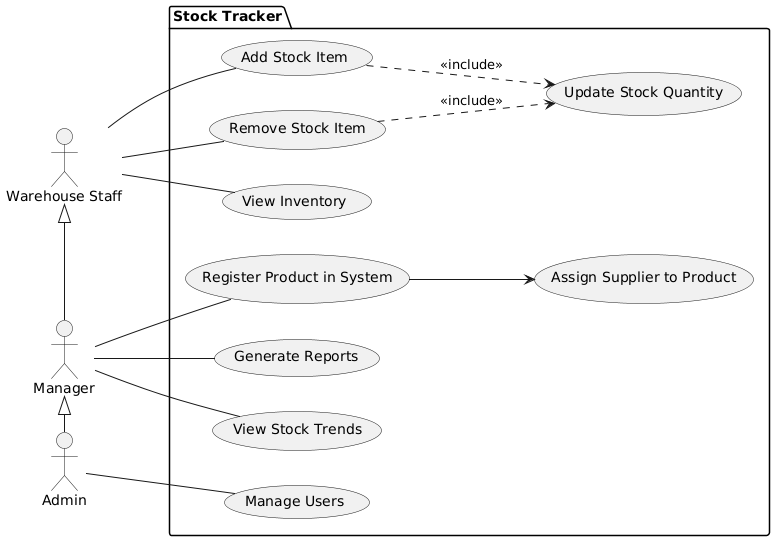
This is docs/use-case-diagram.png from Zato-One/stock-tracker, a PlantUML export, as it was before one commit.
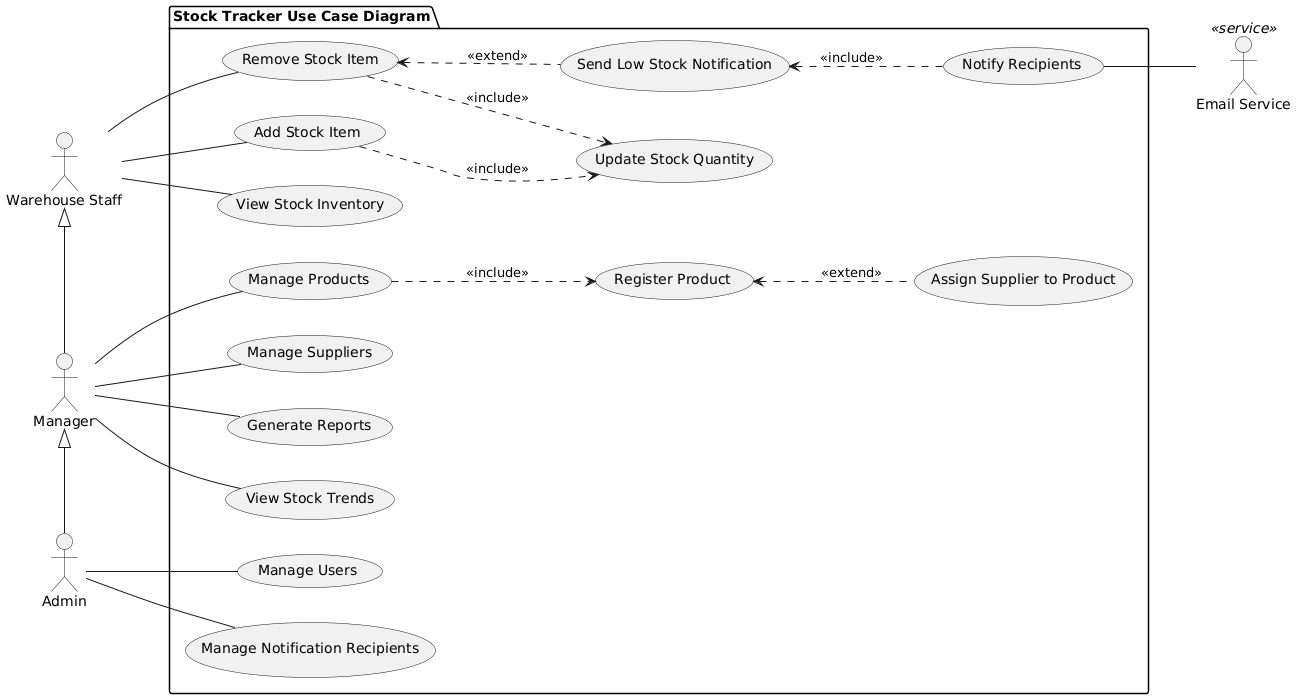
After the commit.

Commit message:
Update use case diagram

What changed in the source:
```diff
@@ -3,29 +3,41 @@
 actor "Admin" as a_a
 actor "Manager" as a_m
 actor "Warehouse Staff" as a_ws
+actor "Email Service" as a_es <<service>>
 
-package "Stock Tracker" {
-  usecase "Manage Users" as uc_mu
-  usecase "Register Product in System" as uc_rp
-  usecase "Update Stock Quantity" as uc_usq
-  usecase "Assign Supplier to Product" as uc_s
+package "Stock Tracker Use Case Diagram" {
   usecase "Add Stock Item" as uc_asi
   usecase "Remove Stock Item" as uc_rsi
-  usecase "View Inventory" as uc_vi
+  usecase "Update Stock Quantity" as uc_usq
+  usecase "View Stock Inventory" as uc_vsi
+  usecase "Manage Products" as uc_mp
+  usecase "Manage Suppliers" as uc_ms
+  usecase "Register Product" as uc_rp
+  usecase "Assign Supplier to Product" as uc_s
   usecase "Generate Reports" as uc_gr
   usecase "View Stock Trends" as uc_vst
+  usecase "Manage Users" as uc_mu
+  usecase "Manage Notification Recipients" as uc_mnr
+  usecase "Notify Recipients" as uc_nr
+  usecase "Send Low Stock Notification" as uc_lsn
 }
 
 a_ws <|- a_m
 a_m <|- a_a
 a_ws -- uc_asi
 a_ws -- uc_rsi
-a_ws -- uc_vi
+a_ws -- uc_vsi
 a_m -- uc_gr
 a_m -- uc_vst
-a_m -- uc_rp
+a_m -- uc_mp
+a_m -- uc_ms
 a_a -- uc_mu
-uc_rp --> uc_s
+a_a -- uc_mnr
+uc_nr -- a_es
+uc_mp ..> uc_rp : <<include>>
+uc_rp <.. uc_s : <<extend>>
 uc_asi ..> uc_usq : <<include>>
 uc_rsi ..> uc_usq : <<include>>
+uc_lsn .u.> uc_rsi : <<extend>>
+uc_lsn <.. uc_nr : <<include>>
 @enduml
```
